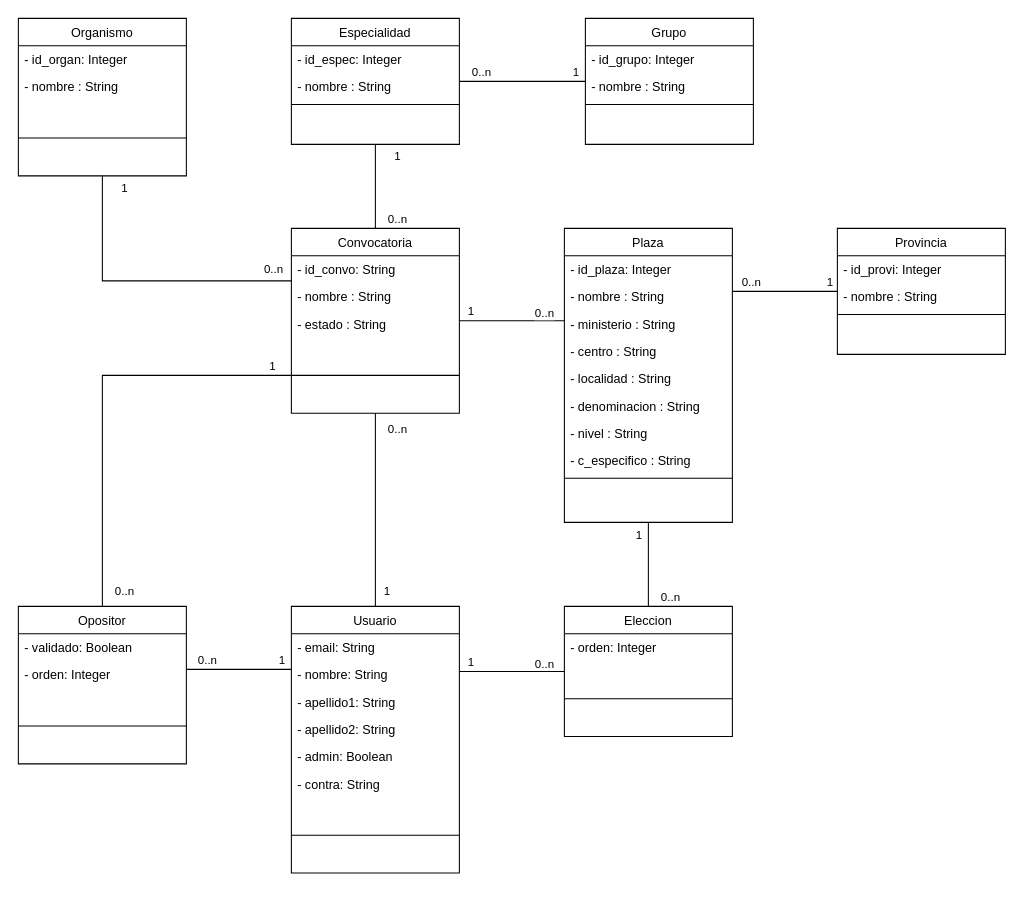
Castillo82/simudest keeps this draw.io diagram as src/main/doc/diagramas/DiagramaClases.drawio. Above is the earlier version. Source tidied: cells renumbered, new cells numbered last; positions are measured from the earlier drawing's top-left corner, leaving out a move shared by most shapes. Both pictures are drawn from the tidied source at 105%, with x=0, y=0 at pixel (18, 18).
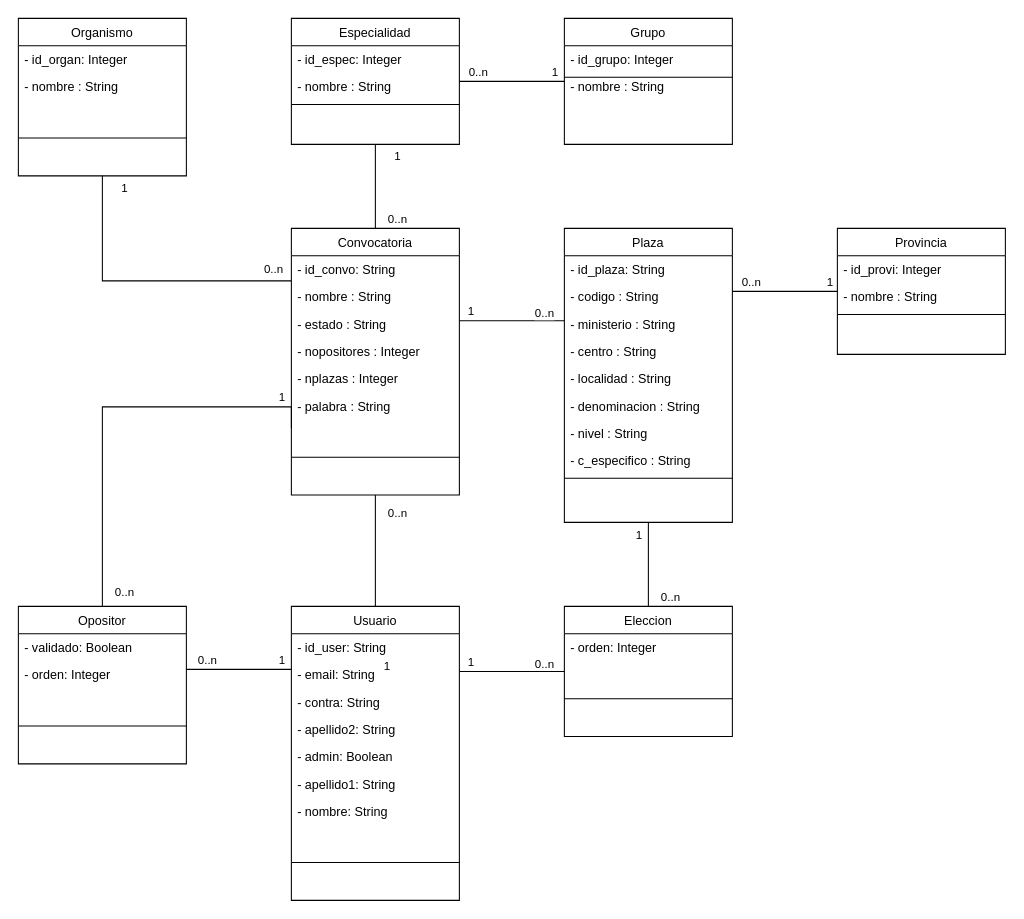
Above is the later version.

The change refers to these unchanged cells:
```xml
<mxCell id="29" value="Plaza" style="swimlane;fontStyle=0;align=center;verticalAlign=top;horizontal=1;startSize=26;rounded=0;shadow=0;strokeWidth=1;" parent="1" vertex="1">
  <mxGeometry x="520" y="200" width="160" height="280" as="geometry" />
</mxCell>
<mxCell id="42" value="Opositor" style="swimlane;fontStyle=0;align=center;verticalAlign=top;horizontal=1;startSize=26;rounded=0;shadow=0;strokeWidth=1;" parent="1" vertex="1">
  <mxGeometry y="560" width="160" height="150" as="geometry" />
</mxCell>
<mxCell id="54" style="edgeStyle=orthogonalEdgeStyle;rounded=0;jettySize=auto;html=1;endArrow=none;endFill=0;" parent="1" edge="1" source="20" target="9">
  <mxGeometry relative="1" as="geometry">
    <Array as="points">
      <mxPoint x="490" y="60" />
      <mxPoint x="490" y="60" />
    </Array>
  </mxGeometry>
</mxCell>
<mxCell id="63" style="edgeStyle=orthogonalEdgeStyle;rounded=0;jettySize=auto;html=1;endArrow=none;endFill=0;" parent="1" edge="1" source="24" target="46">
  <mxGeometry relative="1" as="geometry" />
</mxCell>
```

The edit, as a diff of the source:
```diff
@@
     <mxCell id="20" value="Grupo" style="swimlane;fontStyle=0;align=center;verticalAlign=top;horizontal=1;startSize=26;rounded=0;shadow=0;strokeWidth=1;" parent="1" vertex="1">
-      <mxGeometry x="540" width="160" height="120" as="geometry" />
+      <mxGeometry x="520" width="160" height="120" as="geometry" />
     </mxCell>
@@
-    <mxCell id="22" value="- nombre : String" style="text;align=left;verticalAlign=top;spacingLeft=4;spacingRight=4;overflow=hidden;rounded=0;shadow=0;html=0;" parent="20" vertex="1">
-      <mxGeometry y="52" width="160" height="26" as="geometry" />
-    </mxCell>
     <mxCell id="23" style="line;html=1;strokeWidth=1;align=left;verticalAlign=middle;spacingTop=-1;spacingLeft=3;spacingRight=3;labelPosition=right;" parent="20" vertex="1">
-      <mxGeometry y="78" width="160" height="8" as="geometry" />
+      <mxGeometry y="52" width="160" height="8" as="geometry" />
     </mxCell>
     <mxCell id="24" value="Convocatoria" style="swimlane;fontStyle=0;align=center;verticalAlign=top;horizontal=1;startSize=26;rounded=0;shadow=0;strokeWidth=1;" parent="1" vertex="1">
-      <mxGeometry x="260" y="200" width="160" height="176" as="geometry" />
+      <mxGeometry x="260" y="200" width="160" height="254" as="geometry" />
     </mxCell>
@@
+    <mxCell id="78" value="- nopositores : Integer" style="text;align=left;verticalAlign=top;spacingLeft=4;spacingRight=4;overflow=hidden;rounded=0;shadow=0;html=0;" parent="24" vertex="1">
+      <mxGeometry y="104" width="160" height="26" as="geometry" />
+    </mxCell>
+    <mxCell id="79" value="- nplazas : Integer" style="text;align=left;verticalAlign=top;spacingLeft=4;spacingRight=4;overflow=hidden;rounded=0;shadow=0;html=0;" parent="24" vertex="1">
+      <mxGeometry y="130" width="160" height="26" as="geometry" />
+    </mxCell>
+    <mxCell id="80" value="- palabra : String" style="text;align=left;verticalAlign=top;spacingLeft=4;spacingRight=4;overflow=hidden;rounded=0;shadow=0;html=0;" parent="24" vertex="1">
+      <mxGeometry y="156" width="160" height="26" as="geometry" />
+    </mxCell>
     <mxCell id="28" style="line;html=1;strokeWidth=1;align=left;verticalAlign=middle;spacingTop=-1;spacingLeft=3;spacingRight=3;labelPosition=right;points=[];portConstraint=eastwest;" parent="24" vertex="1">
-      <mxGeometry y="104" width="160" height="72" as="geometry" />
+      <mxGeometry y="182" width="160" height="72" as="geometry" />
     </mxCell>
@@
-    <mxCell id="30" value="- id_plaza: Integer" style="text;align=left;verticalAlign=top;spacingLeft=4;spacingRight=4;overflow=hidden;" parent="29" vertex="1">
+    <mxCell id="30" value="- id_plaza: String" style="text;align=left;verticalAlign=top;spacingLeft=4;spacingRight=4;overflow=hidden;" parent="29" vertex="1">
       <mxGeometry y="26" width="160" height="26" as="geometry" />
     </mxCell>
-    <mxCell id="31" value="- nombre : String" style="text;align=left;verticalAlign=top;spacingLeft=4;spacingRight=4;overflow=hidden;rounded=0;shadow=0;html=0;" parent="29" vertex="1">
-      <mxGeometry y="52" width="160" height="26" as="geometry" />
-    </mxCell>
+    <mxCell id="81" value="- codigo : String" style="text;align=left;verticalAlign=top;spacingLeft=4;spacingRight=4;overflow=hidden;rounded=0;shadow=0;html=0;" parent="29" vertex="1">
+      <mxGeometry y="52" width="160" height="26" as="geometry" />
+    </mxCell>
@@
     <mxCell id="46" value="Usuario" style="swimlane;fontStyle=0;align=center;verticalAlign=top;horizontal=1;startSize=26;rounded=0;shadow=0;strokeWidth=1;" parent="1" vertex="1">
-      <mxGeometry x="260" y="560" width="160" height="254" as="geometry" />
+      <mxGeometry x="260" y="560" width="160" height="280" as="geometry" />
     </mxCell>
+    <mxCell id="82" value="- id_user: String" style="text;align=left;verticalAlign=top;spacingLeft=4;spacingRight=4;overflow=hidden;" parent="46" vertex="1">
+      <mxGeometry y="26" width="160" height="26" as="geometry" />
+    </mxCell>
-    <mxCell id="47" value="- email: String" style="text;align=left;verticalAlign=top;spacingLeft=4;spacingRight=4;overflow=hidden;" parent="46" vertex="1">
-      <mxGeometry y="26" width="160" height="26" as="geometry" />
+    <mxCell id="47" value="- email: String&#10;" style="text;align=left;verticalAlign=top;spacingLeft=4;spacingRight=4;overflow=hidden;" parent="46" vertex="1">
+      <mxGeometry y="52" width="160" height="26" as="geometry" />
     </mxCell>
-    <mxCell id="48" value="- nombre: String" style="text;align=left;verticalAlign=top;spacingLeft=4;spacingRight=4;overflow=hidden;" parent="46" vertex="1">
-      <mxGeometry y="52" width="160" height="26" as="geometry" />
-    </mxCell>
-    <mxCell id="49" value="- apellido1: String" style="text;align=left;verticalAlign=top;spacingLeft=4;spacingRight=4;overflow=hidden;" parent="46" vertex="1">
-      <mxGeometry y="78" width="160" height="26" as="geometry" />
-    </mxCell>
+    <mxCell id="52" value="- contra: String" style="text;align=left;verticalAlign=top;spacingLeft=4;spacingRight=4;overflow=hidden;" parent="46" vertex="1">
+      <mxGeometry y="78" width="160" height="26" as="geometry" />
+    </mxCell>
@@
-    <mxCell id="52" value="- contra: String" style="text;align=left;verticalAlign=top;spacingLeft=4;spacingRight=4;overflow=hidden;" parent="46" vertex="1">
-      <mxGeometry y="156" width="160" height="26" as="geometry" />
-    </mxCell>
+    <mxCell id="49" value="- apellido1: String" style="text;align=left;verticalAlign=top;spacingLeft=4;spacingRight=4;overflow=hidden;" parent="46" vertex="1">
+      <mxGeometry y="156" width="160" height="26" as="geometry" />
+    </mxCell>
+    <mxCell id="48" value="- nombre: String" style="text;align=left;verticalAlign=top;spacingLeft=4;spacingRight=4;overflow=hidden;" parent="46" vertex="1">
+      <mxGeometry y="182" width="160" height="26" as="geometry" />
+    </mxCell>
     <mxCell id="53" style="line;html=1;strokeWidth=1;align=left;verticalAlign=middle;spacingTop=-1;spacingLeft=3;spacingRight=3;labelPosition=right;" parent="46" vertex="1">
-      <mxGeometry y="182" width="160" height="72" as="geometry" />
+      <mxGeometry y="208" width="160" height="72" as="geometry" />
     </mxCell>
@@
     <mxCell id="55" value="1" style="edgeLabel;html=1;align=center;verticalAlign=middle;" parent="54" vertex="1">
       <mxGeometry x="-0.82" y="1" relative="1" as="geometry">
-        <mxPoint x="1" y="-11" as="offset" />
+        <mxPoint x="-1" y="-11" as="offset" />
       </mxGeometry>
     </mxCell>
@@
-    <mxCell id="60" style="edgeStyle=orthogonalEdgeStyle;rounded=0;jettySize=auto;html=1;endArrow=none;endFill=0;" parent="1" edge="1" source="28" target="42">
+    <mxCell id="60" style="edgeStyle=orthogonalEdgeStyle;rounded=0;jettySize=auto;html=1;endArrow=none;endFill=0;exitX=0;exitY=0.75;exitDx=0;exitDy=0;" parent="1" edge="1" source="24" target="42">
       <mxGeometry relative="1" as="geometry">
         <Array as="points">
-          <mxPoint x="80" y="340" />
+          <mxPoint x="260" y="370" />
+          <mxPoint x="80" y="370" />
         </Array>
       </mxGeometry>
     </mxCell>
     <mxCell id="61" value="1" style="edgeLabel;html=1;align=center;verticalAlign=middle;" parent="60" vertex="1">
       <mxGeometry x="-0.82" y="1" relative="1" as="geometry">
-        <mxPoint x="17" y="-11" as="offset" />
+        <mxPoint x="5" y="-11" as="offset" />
       </mxGeometry>
     </mxCell>
@@
     <mxCell id="65" value="0..n" style="edgeLabel;html=1;align=center;verticalAlign=middle;" parent="63" vertex="1">
       <mxGeometry x="0.77" y="-2" relative="1" as="geometry">
-        <mxPoint x="22" y="-149" as="offset" />
+        <mxPoint x="22" y="-78" as="offset" />
       </mxGeometry>
     </mxCell>
@@
+    <mxCell id="22" value="- nombre : String" style="text;align=left;verticalAlign=top;spacingLeft=4;spacingRight=4;overflow=hidden;rounded=0;shadow=0;html=0;" parent="1" vertex="1">
+      <mxGeometry x="520" y="52" width="160" height="26" as="geometry" />
+    </mxCell>
```
